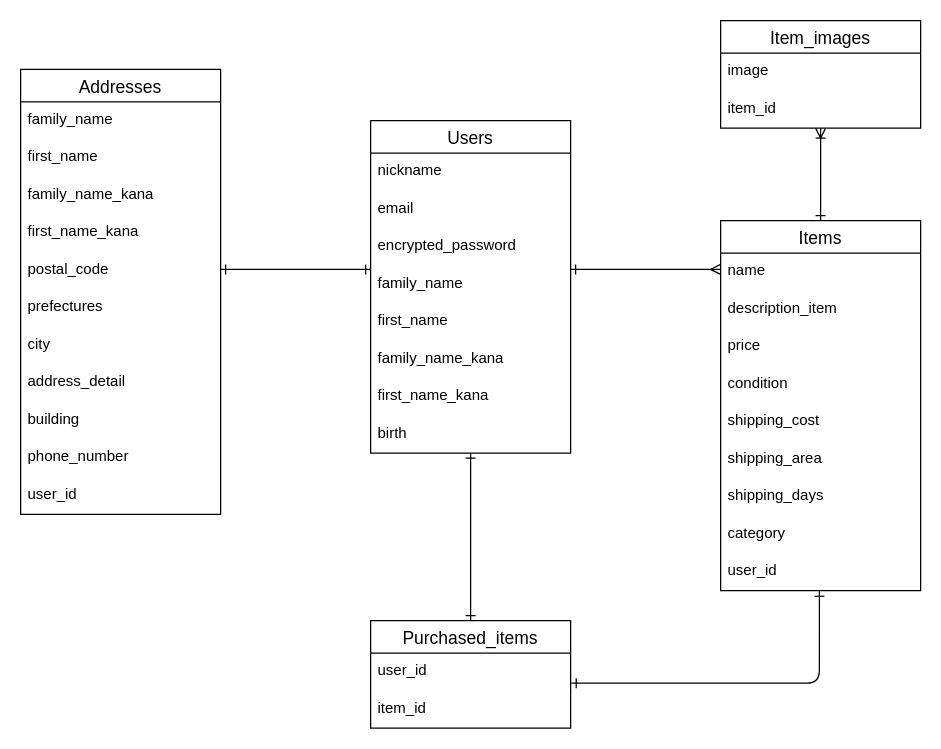
Above: furima_29083.dio in mamesaburo/furima-29083 (draw.io), before the change. Source tidied: cells renumbered, new cells numbered last; positions are measured from the earlier drawing's top-left corner, leaving out a move shared by most shapes. Both pictures are drawn from the tidied source at 125%, with x=0, y=0 at pixel (20, 20).
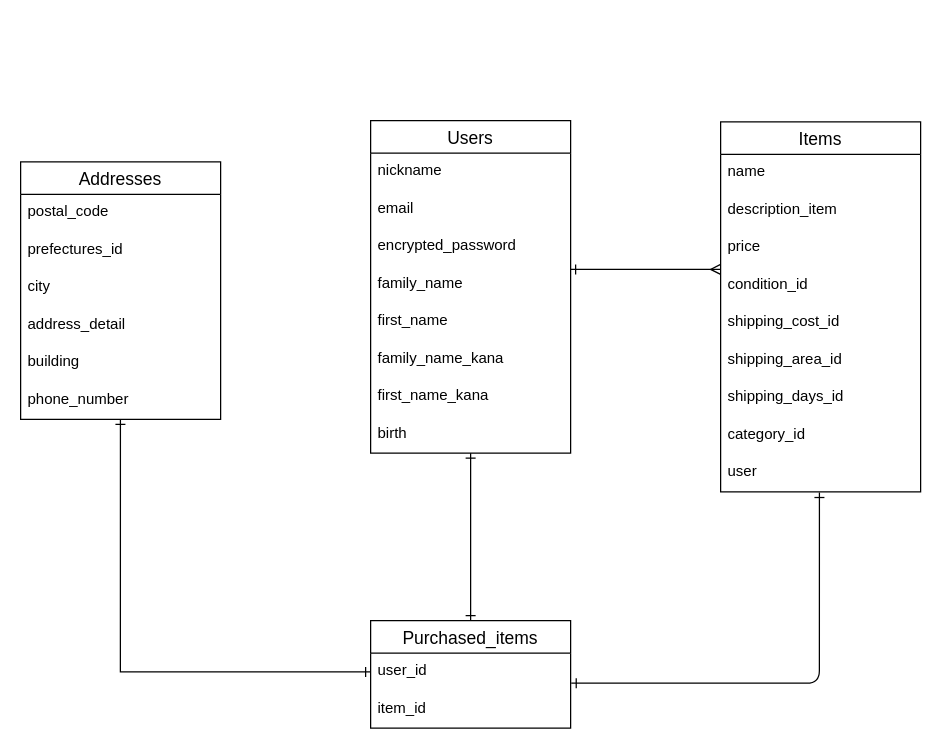
After the change.

The change refers to these unchanged cells:
```xml
<mxCell id="42" value="user_id" style="text;strokeColor=none;fillColor=none;spacingLeft=4;spacingRight=4;overflow=hidden;points=[[0,0.5],[1,0.5]];portConstraint=eastwest;fontSize=12;" parent="41" vertex="1">
  <mxGeometry y="26" width="160" height="30" as="geometry" />
</mxCell>
```

Change to the diagram source:
```diff
@@
     <mxCell id="2" value="Addresses" style="swimlane;fontStyle=0;horizontal=1;startSize=26;align=center;fontSize=14;" parent="1" vertex="1">
-      <mxGeometry y="39" width="160" height="356" as="geometry" />
+      <mxGeometry y="113" width="160" height="206" as="geometry" />
     </mxCell>
-    <mxCell id="3" value="family_name" style="text;strokeColor=none;fillColor=none;spacingLeft=4;spacingRight=4;overflow=hidden;fontSize=12;" parent="2" vertex="1">
-      <mxGeometry y="26" width="160" height="30" as="geometry" />
-    </mxCell>
-    <mxCell id="4" value="first_name" style="text;strokeColor=none;fillColor=none;spacingLeft=4;spacingRight=4;overflow=hidden;fontSize=12;" parent="2" vertex="1">
-      <mxGeometry y="56" width="160" height="30" as="geometry" />
-    </mxCell>
-    <mxCell id="5" value="family_name_kana" style="text;strokeColor=none;fillColor=none;spacingLeft=4;spacingRight=4;overflow=hidden;fontSize=12;" parent="2" vertex="1">
-      <mxGeometry y="86" width="160" height="30" as="geometry" />
-    </mxCell>
-    <mxCell id="6" value="first_name_kana" style="text;strokeColor=none;fillColor=none;spacingLeft=4;spacingRight=4;overflow=hidden;fontSize=12;" parent="2" vertex="1">
-      <mxGeometry y="116" width="160" height="30" as="geometry" />
-    </mxCell>
     <mxCell id="7" value="postal_code" style="text;strokeColor=none;fillColor=none;spacingLeft=4;spacingRight=4;overflow=hidden;fontSize=12;" parent="2" vertex="1">
-      <mxGeometry y="146" width="160" height="30" as="geometry" />
+      <mxGeometry y="26" width="160" height="30" as="geometry" />
     </mxCell>
-    <mxCell id="8" value="prefectures" style="text;strokeColor=none;fillColor=none;spacingLeft=4;spacingRight=4;overflow=hidden;fontSize=12;" parent="2" vertex="1">
-      <mxGeometry y="176" width="160" height="30" as="geometry" />
+    <mxCell id="8" value="prefectures_id" style="text;strokeColor=none;fillColor=none;spacingLeft=4;spacingRight=4;overflow=hidden;fontSize=12;" parent="2" vertex="1">
+      <mxGeometry y="56" width="160" height="30" as="geometry" />
     </mxCell>
     <mxCell id="9" value="city" style="text;strokeColor=none;fillColor=none;spacingLeft=4;spacingRight=4;overflow=hidden;fontSize=12;" parent="2" vertex="1">
-      <mxGeometry y="206" width="160" height="30" as="geometry" />
+      <mxGeometry y="86" width="160" height="30" as="geometry" />
     </mxCell>
     <mxCell id="10" value="address_detail" style="text;strokeColor=none;fillColor=none;spacingLeft=4;spacingRight=4;overflow=hidden;fontSize=12;" parent="2" vertex="1">
-      <mxGeometry y="236" width="160" height="30" as="geometry" />
+      <mxGeometry y="116" width="160" height="30" as="geometry" />
     </mxCell>
     <mxCell id="11" value="building" style="text;strokeColor=none;fillColor=none;spacingLeft=4;spacingRight=4;overflow=hidden;fontSize=12;" parent="2" vertex="1">
-      <mxGeometry y="266" width="160" height="30" as="geometry" />
+      <mxGeometry y="146" width="160" height="30" as="geometry" />
     </mxCell>
     <mxCell id="12" value="phone_number" style="text;strokeColor=none;fillColor=none;spacingLeft=4;spacingRight=4;overflow=hidden;points=[[0,0.5],[1,0.5]];portConstraint=eastwest;fontSize=12;" parent="2" vertex="1">
-      <mxGeometry y="296" width="160" height="30" as="geometry" />
+      <mxGeometry y="176" width="160" height="30" as="geometry" />
     </mxCell>
-    <mxCell id="13" value="user_id" style="text;strokeColor=none;fillColor=none;spacingLeft=4;spacingRight=4;overflow=hidden;fontSize=12;" parent="2" vertex="1">
-      <mxGeometry y="326" width="160" height="30" as="geometry" />
-    </mxCell>
@@
-    <mxCell id="15" style="edgeStyle=none;rounded=0;orthogonalLoop=1;jettySize=auto;html=1;exitX=0;exitY=0;exitDx=0;exitDy=0;startArrow=ERone;startFill=0;endArrow=ERone;endFill=0;" parent="1" edge="1">
-      <mxGeometry relative="1" as="geometry">
-        <mxPoint x="280" y="199" as="sourcePoint" />
-        <mxPoint x="160" y="199" as="targetPoint" />
-      </mxGeometry>
+    <mxCell id="15" style="edgeStyle=orthogonalEdgeStyle;rounded=0;jettySize=auto;html=1;exitX=0;exitY=0.5;exitDx=0;exitDy=0;startArrow=ERone;startFill=0;endArrow=ERone;endFill=0;entryX=0.499;entryY=1;entryDx=0;entryDy=0;entryPerimeter=0;" parent="1" edge="1" source="42" target="12">
+      <mxGeometry relative="1" as="geometry" />
     </mxCell>
@@
-    <mxCell id="25" style="edgeStyle=none;rounded=0;jettySize=auto;html=1;exitX=0.5;exitY=0;exitDx=0;exitDy=0;startArrow=ERone;startFill=0;endArrow=ERoneToMany;endFill=0;" parent="1" edge="1" source="28" target="40">
-      <mxGeometry relative="1" as="geometry" />
-    </mxCell>
@@
     <mxCell id="28" value="Items" style="swimlane;fontStyle=0;horizontal=1;startSize=26;align=center;fontSize=14;" parent="1" vertex="1">
-      <mxGeometry x="560" y="160" width="160" height="296" as="geometry" />
+      <mxGeometry x="560" y="81" width="160" height="296" as="geometry" />
     </mxCell>
@@
-    <mxCell id="32" value="condition" style="text;strokeColor=none;fillColor=none;spacingLeft=4;spacingRight=4;overflow=hidden;fontSize=12;" parent="28" vertex="1">
+    <mxCell id="32" value="condition_id" style="text;strokeColor=none;fillColor=none;spacingLeft=4;spacingRight=4;overflow=hidden;fontSize=12;" parent="28" vertex="1">
       <mxGeometry y="116" width="160" height="30" as="geometry" />
     </mxCell>
-    <mxCell id="33" value="shipping_cost" style="text;strokeColor=none;fillColor=none;spacingLeft=4;spacingRight=4;overflow=hidden;fontSize=12;" parent="28" vertex="1">
+    <mxCell id="33" value="shipping_cost_id" style="text;strokeColor=none;fillColor=none;spacingLeft=4;spacingRight=4;overflow=hidden;fontSize=12;" parent="28" vertex="1">
       <mxGeometry y="146" width="160" height="30" as="geometry" />
     </mxCell>
-    <mxCell id="34" value="shipping_area" style="text;strokeColor=none;fillColor=none;spacingLeft=4;spacingRight=4;overflow=hidden;fontSize=12;" parent="28" vertex="1">
+    <mxCell id="34" value="shipping_area_id" style="text;strokeColor=none;fillColor=none;spacingLeft=4;spacingRight=4;overflow=hidden;fontSize=12;" parent="28" vertex="1">
       <mxGeometry y="176" width="160" height="30" as="geometry" />
     </mxCell>
-    <mxCell id="35" value="shipping_days" style="text;strokeColor=none;fillColor=none;spacingLeft=4;spacingRight=4;overflow=hidden;fontSize=12;" parent="28" vertex="1">
+    <mxCell id="35" value="shipping_days_id" style="text;strokeColor=none;fillColor=none;spacingLeft=4;spacingRight=4;overflow=hidden;fontSize=12;" parent="28" vertex="1">
       <mxGeometry y="206" width="160" height="30" as="geometry" />
     </mxCell>
-    <mxCell id="36" value="category" style="text;strokeColor=none;fillColor=none;spacingLeft=4;spacingRight=4;overflow=hidden;fontSize=12;" parent="28" vertex="1">
+    <mxCell id="36" value="category_id" style="text;strokeColor=none;fillColor=none;spacingLeft=4;spacingRight=4;overflow=hidden;fontSize=12;" parent="28" vertex="1">
       <mxGeometry y="236" width="160" height="30" as="geometry" />
     </mxCell>
-    <mxCell id="37" value="user_id" style="text;strokeColor=none;fillColor=none;spacingLeft=4;spacingRight=4;overflow=hidden;points=[[0,0.5],[1,0.5]];portConstraint=eastwest;fontSize=12;" parent="28" vertex="1">
+    <mxCell id="37" value="user" style="text;strokeColor=none;fillColor=none;spacingLeft=4;spacingRight=4;overflow=hidden;points=[[0,0.5],[1,0.5]];portConstraint=eastwest;fontSize=12;" parent="28" vertex="1">
       <mxGeometry y="266" width="160" height="30" as="geometry" />
     </mxCell>
-    <mxCell id="38" value="Item_images" style="swimlane;fontStyle=0;horizontal=1;startSize=26;align=center;fontSize=14;" parent="1" vertex="1">
-      <mxGeometry x="560" width="160" height="86" as="geometry" />
-    </mxCell>
-    <mxCell id="39" value="image" style="text;strokeColor=none;fillColor=none;spacingLeft=4;spacingRight=4;overflow=hidden;fontSize=12;" parent="38" vertex="1">
-      <mxGeometry y="26" width="160" height="30" as="geometry" />
-    </mxCell>
-    <mxCell id="40" value="item_id" style="text;strokeColor=none;fillColor=none;spacingLeft=4;spacingRight=4;overflow=hidden;points=[[0,0.5],[1,0.5]];portConstraint=eastwest;fontSize=12;" parent="38" vertex="1">
-      <mxGeometry y="56" width="160" height="30" as="geometry" />
-    </mxCell>
```
